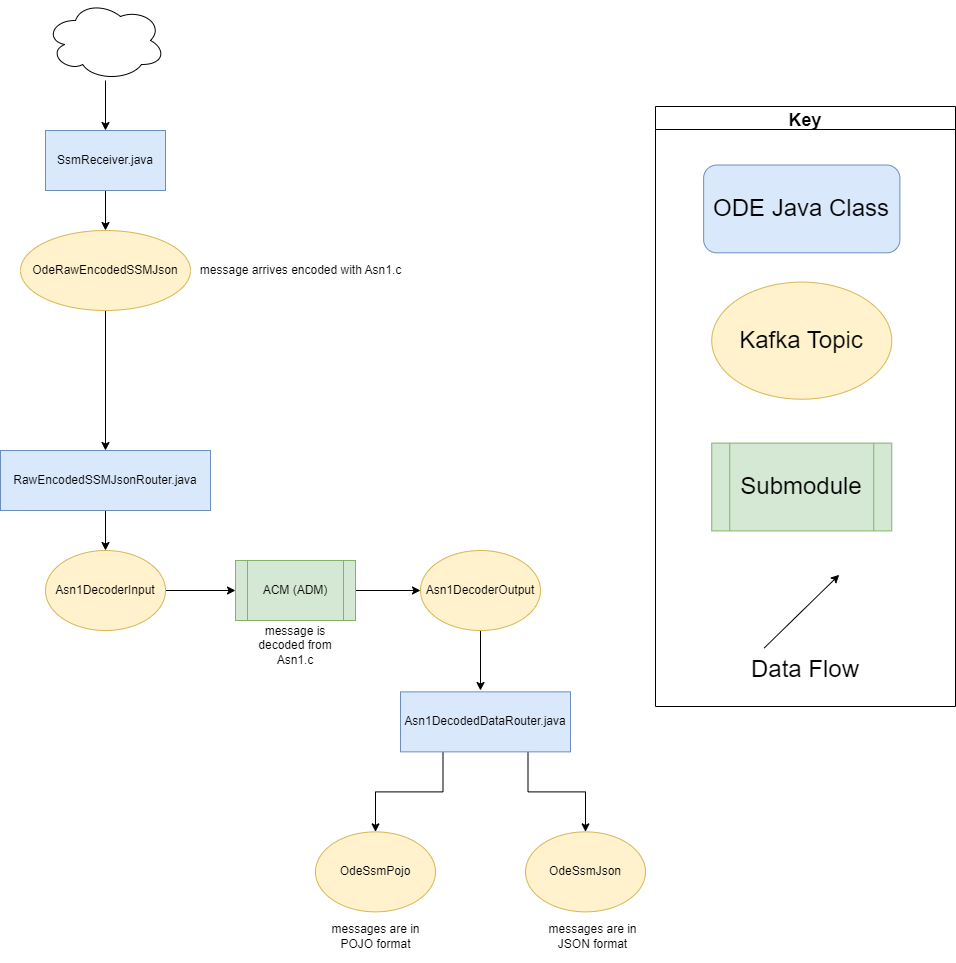
Before: docs/data-flow-diagrams/ssm/SSM Data Flow.drawio.png, a diagram exported from draw.io (CDOT-CV/jpo-ode). Source tidied: cells renumbered, new cells last; positions are measured from the earlier drawing's top-left corner, leaving out a move shared by most shapes.
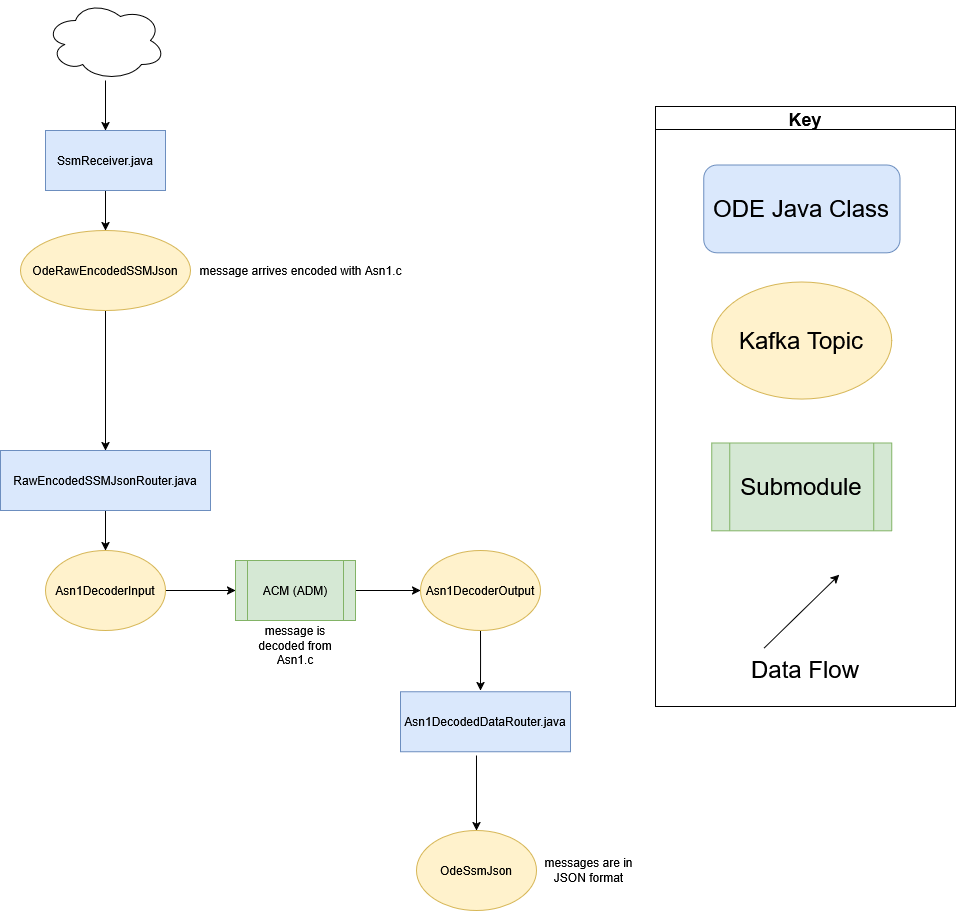
The same diagram one commit later.

What changed in the source:
```diff
@@ -2,10 +2,7 @@
   <root>
     <mxCell id="0" />
     <mxCell id="1" parent="0" />
-    <mxCell id="2" style="edgeStyle=orthogonalEdgeStyle;rounded=0;jettySize=auto;html=1;exitX=0.25;exitY=1;exitDx=0;exitDy=0;" parent="1" edge="1" source="4" target="25">
-      <mxGeometry relative="1" as="geometry" />
-    </mxCell>
-    <mxCell id="3" style="edgeStyle=orthogonalEdgeStyle;rounded=0;jettySize=auto;html=1;exitX=0.75;exitY=1;exitDx=0;exitDy=0;" parent="1" edge="1" source="4" target="26">
+    <mxCell id="3" style="edgeStyle=orthogonalEdgeStyle;rounded=0;jettySize=auto;html=1;exitX=0.447;exitY=1.061;exitDx=0;exitDy=0;exitPerimeter=0;" parent="1" edge="1" source="4" target="26">
       <mxGeometry relative="1" as="geometry" />
     </mxCell>
     <mxCell id="4" value="Asn1DecodedDataRouter.java" style="rounded=0;whiteSpace=wrap;html=1;fillColor=#dae8fc;strokeColor=#6c8ebf;" parent="1" vertex="1">
@@ -76,11 +73,8 @@
     <mxCell id="24" value="&lt;font style=&quot;font-size: 24px&quot;&gt;ODE Java Class&lt;/font&gt;" style="rounded=1;whiteSpace=wrap;html=1;fillColor=#dae8fc;strokeColor=#6c8ebf;labelBackgroundColor=none;" parent="21" vertex="1">
       <mxGeometry x="48.1" y="58.5" width="196.2" height="87.8" as="geometry" />
     </mxCell>
-    <mxCell id="25" value="OdeSsmPojo" style="ellipse;whiteSpace=wrap;html=1;fillColor=#fff2cc;strokeColor=#d6b656;" parent="1" vertex="1">
-      <mxGeometry x="315" y="831.4" width="120" height="80" as="geometry" />
-    </mxCell>
     <mxCell id="26" value="OdeSsmJson" style="ellipse;whiteSpace=wrap;html=1;fillColor=#fff2cc;strokeColor=#d6b656;" parent="1" vertex="1">
-      <mxGeometry x="525" y="831.4" width="120" height="80" as="geometry" />
+      <mxGeometry x="416" y="830" width="120" height="80" as="geometry" />
     </mxCell>
     <mxCell id="27" value="message arrives encoded with Asn1.c" style="text;html=1;align=center;verticalAlign=middle;strokeColor=none;fillColor=none;" parent="1" vertex="1">
       <mxGeometry x="190" y="260" width="220" height="20" as="geometry" />
@@ -92,10 +86,7 @@
       <mxGeometry x="745" y="647.5" width="120" height="43.9" as="geometry" />
     </mxCell>
     <mxCell id="30" value="messages are in JSON format" style="text;html=1;strokeColor=none;fillColor=none;align=center;verticalAlign=middle;whiteSpace=wrap;rounded=0;" parent="1" vertex="1">
-      <mxGeometry x="540" y="911.4" width="105" height="50" as="geometry" />
+      <mxGeometry x="536" y="845" width="105" height="50" as="geometry" />
     </mxCell>
-    <mxCell id="31" value="messages are in POJO format" style="text;html=1;strokeColor=none;fillColor=none;align=center;verticalAlign=middle;whiteSpace=wrap;rounded=0;" parent="1" vertex="1">
-      <mxGeometry x="322.5" y="911.4" width="105" height="50" as="geometry" />
-    </mxCell>
   </root>
 </mxGraphModel>
```
